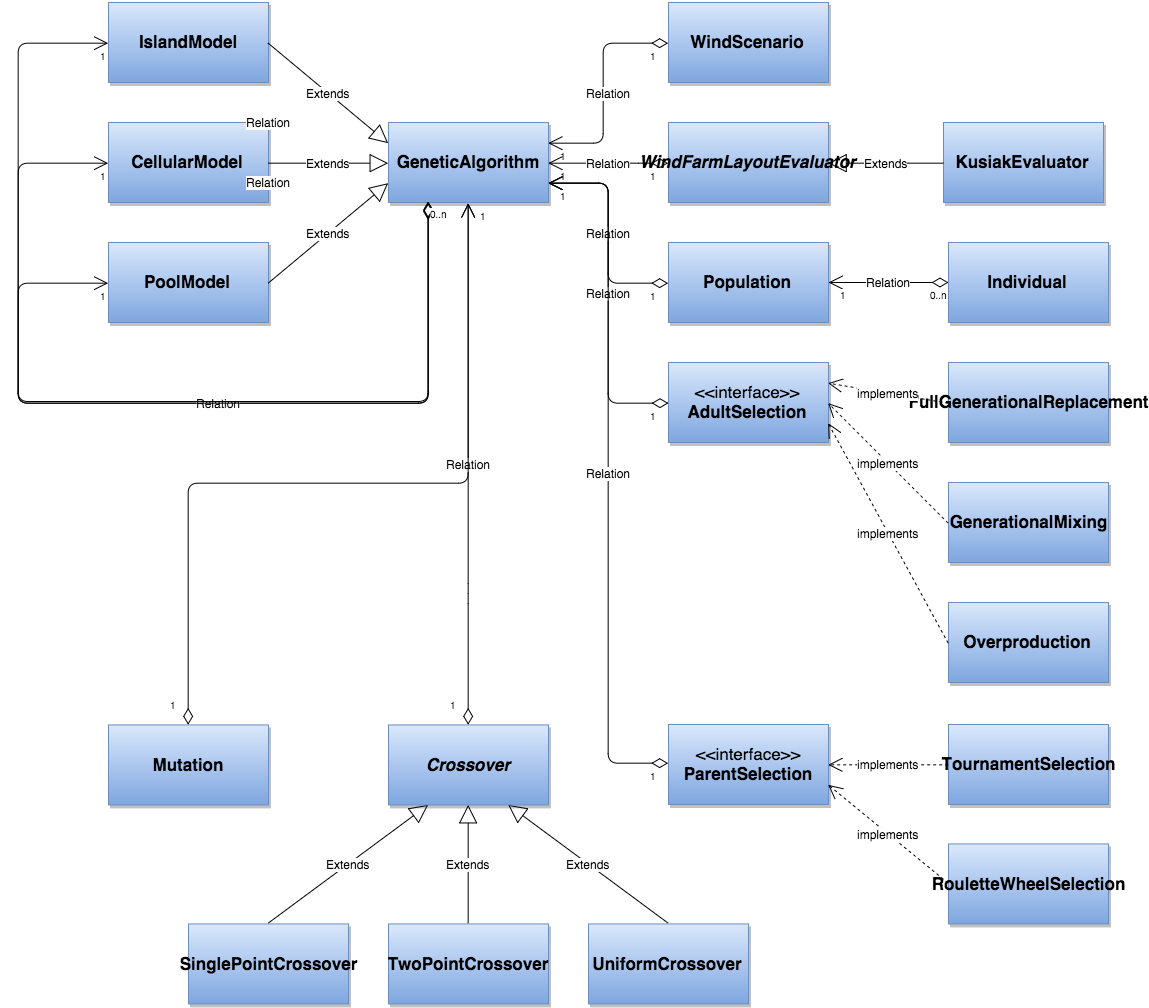
Above: images/Class Diagram.png in helenetangen/Thesis (draw.io), before the change. Source tidied: cells renumbered, new cells last; positions are measured from the earlier drawing's top-left corner, leaving out a move shared by most shapes.
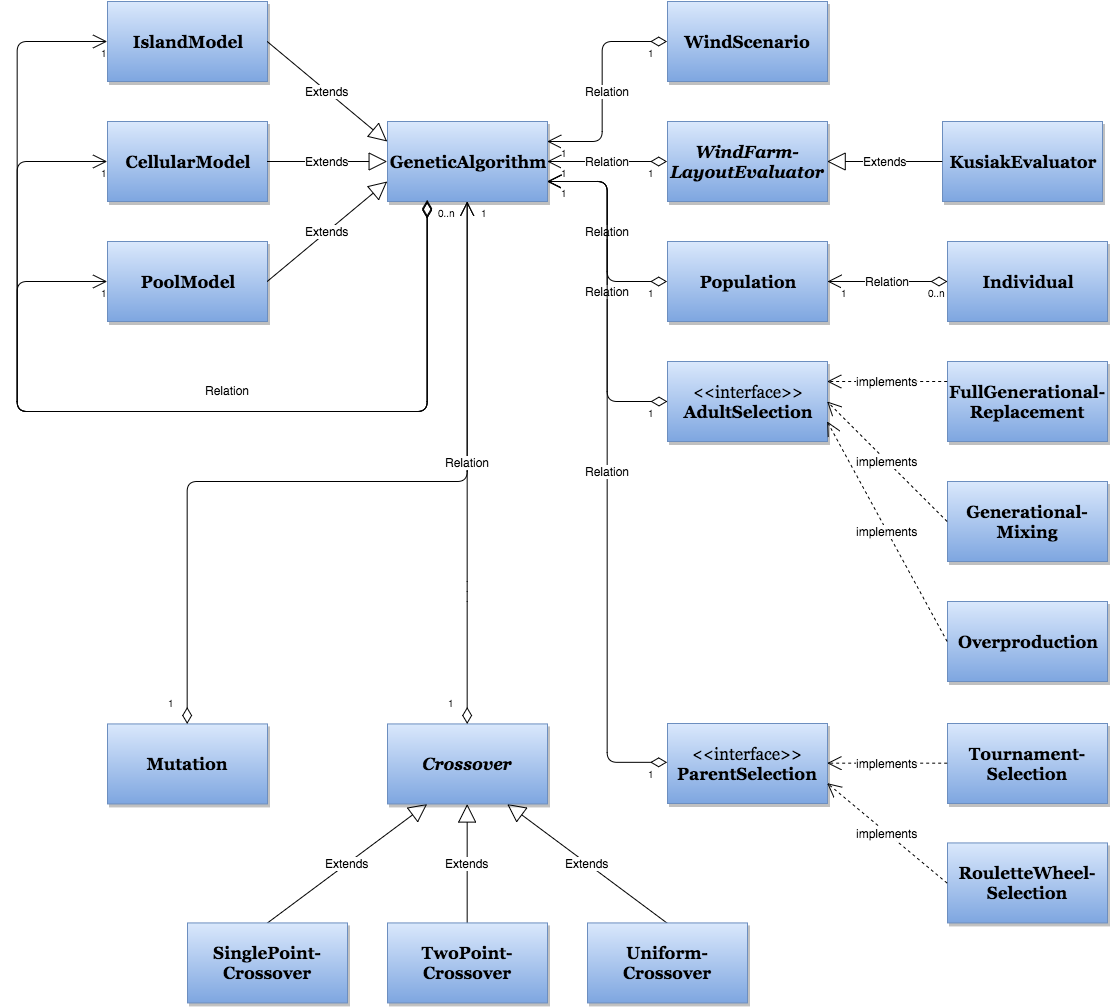
Later version of the same file.

Diff of the diagram source:
```diff
@@ -13,63 +13,63 @@
     </mxCell>
-    <mxCell id="5" value="&lt;b&gt;&lt;font style=&quot;font-size: 17px&quot;&gt;GeneticAlgorithm&lt;/font&gt;&lt;/b&gt;" style="whiteSpace=wrap;html=1;shadow=1;strokeWidth=1;fontFamily=Helvetica;fontSize=12;align=center;plain-blue;" parent="1" vertex="1">
+    <mxCell id="5" value="&lt;b&gt;&lt;font style=&quot;font-size: 17px&quot;&gt;GeneticAlgorithm&lt;/font&gt;&lt;/b&gt;" style="whiteSpace=wrap;html=1;shadow=1;strokeWidth=1;fontFamily=Georgia;fontSize=12;align=center;plain-blue;" parent="1" vertex="1">
       <mxGeometry x="370" y="120" width="160" height="80" as="geometry" />
     </mxCell>
-    <mxCell id="6" value="&lt;b&gt;&lt;font style=&quot;font-size: 17px&quot;&gt;CellularModel&lt;/font&gt;&lt;/b&gt;" style="whiteSpace=wrap;html=1;shadow=1;strokeWidth=1;fontFamily=Helvetica;fontSize=12;align=center;plain-blue;" parent="1" vertex="1">
+    <mxCell id="6" value="&lt;b&gt;&lt;font style=&quot;font-size: 17px&quot;&gt;CellularModel&lt;/font&gt;&lt;/b&gt;" style="whiteSpace=wrap;html=1;shadow=1;strokeWidth=1;fontFamily=Georgia;fontSize=12;align=center;plain-blue;" parent="1" vertex="1">
       <mxGeometry x="90" y="120" width="160" height="80" as="geometry" />
     </mxCell>
-    <mxCell id="7" value="&lt;b&gt;&lt;font style=&quot;font-size: 17px&quot;&gt;PoolModel&lt;/font&gt;&lt;/b&gt;" style="whiteSpace=wrap;html=1;shadow=1;strokeWidth=1;fontFamily=Helvetica;fontSize=12;align=center;plain-blue;" parent="1" vertex="1">
+    <mxCell id="7" value="&lt;b&gt;&lt;font style=&quot;font-size: 17px&quot;&gt;PoolModel&lt;/font&gt;&lt;/b&gt;" style="whiteSpace=wrap;html=1;shadow=1;strokeWidth=1;fontFamily=Georgia;fontSize=12;align=center;plain-blue;" parent="1" vertex="1">
       <mxGeometry x="90" y="240" width="160" height="80" as="geometry" />
     </mxCell>
-    <mxCell id="8" value="&lt;b&gt;&lt;font style=&quot;font-size: 17px&quot;&gt;IslandModel&lt;/font&gt;&lt;/b&gt;" style="whiteSpace=wrap;html=1;shadow=1;strokeWidth=1;fontFamily=Helvetica;fontSize=12;align=center;plain-blue;" parent="1" vertex="1">
+    <mxCell id="8" value="&lt;b&gt;&lt;font style=&quot;font-size: 17px&quot;&gt;IslandModel&lt;/font&gt;&lt;/b&gt;" style="whiteSpace=wrap;html=1;shadow=1;strokeWidth=1;fontFamily=Georgia;fontSize=12;align=center;plain-blue;" parent="1" vertex="1">
       <mxGeometry x="90" width="160" height="80" as="geometry" />
     </mxCell>
-    <mxCell id="9" value="&lt;b&gt;&lt;font style=&quot;font-size: 17px&quot;&gt;WindScenario&lt;/font&gt;&lt;/b&gt;" style="whiteSpace=wrap;html=1;shadow=1;strokeWidth=1;fontFamily=Helvetica;fontSize=12;align=center;plain-blue;" parent="1" vertex="1">
+    <mxCell id="9" value="&lt;b&gt;&lt;font style=&quot;font-size: 17px&quot;&gt;WindScenario&lt;/font&gt;&lt;/b&gt;" style="whiteSpace=wrap;html=1;shadow=1;strokeWidth=1;fontFamily=Georgia;fontSize=12;align=center;plain-blue;" parent="1" vertex="1">
       <mxGeometry x="650" width="160" height="80" as="geometry" />
     </mxCell>
-    <mxCell id="10" value="&lt;b&gt;&lt;font style=&quot;font-size: 17px&quot;&gt;&lt;i&gt;WindFarmLayoutEvaluator&lt;/i&gt;&lt;/font&gt;&lt;/b&gt;" style="whiteSpace=wrap;html=1;shadow=1;strokeWidth=1;fontFamily=Helvetica;fontSize=12;align=center;plain-blue;" parent="1" vertex="1">
+    <mxCell id="10" value="&lt;b&gt;&lt;font style=&quot;font-size: 17px&quot;&gt;&lt;i&gt;WindFarm-LayoutEvaluator&lt;/i&gt;&lt;/font&gt;&lt;/b&gt;" style="whiteSpace=wrap;html=1;shadow=1;strokeWidth=1;fontFamily=Georgia;fontSize=12;align=center;plain-blue;" parent="1" vertex="1">
       <mxGeometry x="650" y="120" width="160" height="80" as="geometry" />
     </mxCell>
-    <mxCell id="11" value="&lt;b&gt;&lt;font style=&quot;font-size: 17px&quot;&gt;KusiakEvaluator&lt;/font&gt;&lt;/b&gt;" style="whiteSpace=wrap;html=1;shadow=1;strokeWidth=1;fontFamily=Helvetica;fontSize=12;align=center;plain-blue;" parent="1" vertex="1">
+    <mxCell id="11" value="&lt;b&gt;&lt;font style=&quot;font-size: 17px&quot;&gt;KusiakEvaluator&lt;/font&gt;&lt;/b&gt;" style="whiteSpace=wrap;html=1;shadow=1;strokeWidth=1;fontFamily=Georgia;fontSize=12;align=center;plain-blue;" parent="1" vertex="1">
       <mxGeometry x="925" y="120" width="160" height="80" as="geometry" />
     </mxCell>
-    <mxCell id="12" value="&lt;font style=&quot;font-size: 17px&quot;&gt;&amp;lt;&amp;lt;interface&amp;gt;&amp;gt;&lt;/font&gt;&lt;div&gt;&lt;b&gt;&lt;font style=&quot;font-size: 17px&quot;&gt;AdultSelection&lt;/font&gt;&lt;/b&gt;&lt;/div&gt;" style="whiteSpace=wrap;html=1;shadow=1;strokeWidth=1;fontFamily=Helvetica;fontSize=12;align=center;plain-blue;" parent="1" vertex="1">
+    <mxCell id="12" value="&lt;font style=&quot;font-size: 17px&quot;&gt;&amp;lt;&amp;lt;interface&amp;gt;&amp;gt;&lt;/font&gt;&lt;div&gt;&lt;b&gt;&lt;font style=&quot;font-size: 17px&quot;&gt;AdultSelection&lt;/font&gt;&lt;/b&gt;&lt;/div&gt;" style="whiteSpace=wrap;html=1;shadow=1;strokeWidth=1;fontFamily=Georgia;fontSize=12;align=center;plain-blue;" parent="1" vertex="1">
       <mxGeometry x="650" y="360" width="160" height="80" as="geometry" />
     </mxCell>
-    <mxCell id="13" value="&lt;b&gt;&lt;font style=&quot;font-size: 17px&quot;&gt;FullGenerationalReplacement&lt;/font&gt;&lt;/b&gt;" style="whiteSpace=wrap;html=1;shadow=1;strokeWidth=1;fontFamily=Helvetica;fontSize=12;align=center;plain-blue;" parent="1" vertex="1">
+    <mxCell id="13" value="&lt;b&gt;&lt;font style=&quot;font-size: 17px&quot;&gt;FullGenerational-Replacement&lt;/font&gt;&lt;/b&gt;" style="whiteSpace=wrap;html=1;shadow=1;strokeWidth=1;fontFamily=Georgia;fontSize=12;align=center;plain-blue;" parent="1" vertex="1">
       <mxGeometry x="930" y="360" width="160" height="80" as="geometry" />
     </mxCell>
-    <mxCell id="14" value="&lt;b&gt;&lt;font style=&quot;font-size: 17px&quot;&gt;GenerationalMixing&lt;/font&gt;&lt;/b&gt;" style="whiteSpace=wrap;html=1;shadow=1;strokeWidth=1;fontFamily=Helvetica;fontSize=12;align=center;plain-blue;" parent="1" vertex="1">
+    <mxCell id="14" value="&lt;b&gt;&lt;font style=&quot;font-size: 17px&quot;&gt;Generational-Mixing&lt;/font&gt;&lt;/b&gt;" style="whiteSpace=wrap;html=1;shadow=1;strokeWidth=1;fontFamily=Georgia;fontSize=12;align=center;plain-blue;" parent="1" vertex="1">
       <mxGeometry x="930" y="480" width="160" height="80" as="geometry" />
     </mxCell>
-    <mxCell id="15" value="&lt;b&gt;&lt;font style=&quot;font-size: 17px&quot;&gt;Overproduction&lt;/font&gt;&lt;/b&gt;" style="whiteSpace=wrap;html=1;shadow=1;strokeWidth=1;fontFamily=Helvetica;fontSize=12;align=center;plain-blue;" parent="1" vertex="1">
+    <mxCell id="15" value="&lt;b&gt;&lt;font style=&quot;font-size: 17px&quot;&gt;Overproduction&lt;/font&gt;&lt;/b&gt;" style="whiteSpace=wrap;html=1;shadow=1;strokeWidth=1;fontFamily=Georgia;fontSize=12;align=center;plain-blue;" parent="1" vertex="1">
       <mxGeometry x="930" y="600" width="160" height="80" as="geometry" />
     </mxCell>
-    <mxCell id="16" value="&lt;b&gt;&lt;font style=&quot;font-size: 17px&quot;&gt;Population&lt;/font&gt;&lt;/b&gt;" style="whiteSpace=wrap;html=1;shadow=1;strokeWidth=1;fontFamily=Helvetica;fontSize=12;align=center;plain-blue;" parent="1" vertex="1">
+    <mxCell id="16" value="&lt;b&gt;&lt;font style=&quot;font-size: 17px&quot;&gt;Population&lt;/font&gt;&lt;/b&gt;" style="whiteSpace=wrap;html=1;shadow=1;strokeWidth=1;fontFamily=Georgia;fontSize=12;align=center;plain-blue;" parent="1" vertex="1">
       <mxGeometry x="650" y="240" width="160" height="80" as="geometry" />
     </mxCell>
-    <mxCell id="17" value="&lt;b&gt;&lt;font style=&quot;font-size: 17px&quot;&gt;Individual&lt;/font&gt;&lt;/b&gt;" style="whiteSpace=wrap;html=1;shadow=1;strokeWidth=1;fontFamily=Helvetica;fontSize=12;align=center;plain-blue;" parent="1" vertex="1">
+    <mxCell id="17" value="&lt;b&gt;&lt;font style=&quot;font-size: 17px&quot;&gt;Individual&lt;/font&gt;&lt;/b&gt;" style="whiteSpace=wrap;html=1;shadow=1;strokeWidth=1;fontFamily=Georgia;fontSize=12;align=center;plain-blue;" parent="1" vertex="1">
       <mxGeometry x="930" y="240" width="160" height="80" as="geometry" />
     </mxCell>
-    <mxCell id="18" value="&lt;font style=&quot;font-size: 17px&quot;&gt;&amp;lt;&amp;lt;interface&amp;gt;&amp;gt;&lt;/font&gt;&lt;div&gt;&lt;b&gt;&lt;font style=&quot;font-size: 17px&quot;&gt;ParentSelection&lt;/font&gt;&lt;/b&gt;&lt;/div&gt;" style="whiteSpace=wrap;html=1;shadow=1;strokeWidth=1;fontFamily=Helvetica;fontSize=12;align=center;plain-blue;" parent="1" vertex="1">
+    <mxCell id="18" value="&lt;font style=&quot;font-size: 17px&quot;&gt;&amp;lt;&amp;lt;interface&amp;gt;&amp;gt;&lt;/font&gt;&lt;div&gt;&lt;b&gt;&lt;font style=&quot;font-size: 17px&quot;&gt;ParentSelection&lt;/font&gt;&lt;/b&gt;&lt;/div&gt;" style="whiteSpace=wrap;html=1;shadow=1;strokeWidth=1;fontFamily=Georgia;fontSize=12;align=center;plain-blue;" parent="1" vertex="1">
       <mxGeometry x="650" y="722" width="160" height="80" as="geometry" />
     </mxCell>
-    <mxCell id="19" value="&lt;b&gt;&lt;font style=&quot;font-size: 17px&quot;&gt;TournamentSelection&lt;/font&gt;&lt;/b&gt;" style="whiteSpace=wrap;html=1;shadow=1;strokeWidth=1;fontFamily=Helvetica;fontSize=12;align=center;plain-blue;" parent="1" vertex="1">
+    <mxCell id="19" value="&lt;b&gt;&lt;font style=&quot;font-size: 17px&quot;&gt;Tournament-Selection&lt;/font&gt;&lt;/b&gt;" style="whiteSpace=wrap;html=1;shadow=1;strokeWidth=1;fontFamily=Georgia;fontSize=12;align=center;plain-blue;" parent="1" vertex="1">
       <mxGeometry x="930" y="722" width="160" height="80" as="geometry" />
     </mxCell>
-    <mxCell id="20" value="&lt;b&gt;&lt;font style=&quot;font-size: 17px&quot;&gt;RouletteWheelSelection&lt;/font&gt;&lt;/b&gt;" style="whiteSpace=wrap;html=1;shadow=1;strokeWidth=1;fontFamily=Helvetica;fontSize=12;align=center;plain-blue;" parent="1" vertex="1">
+    <mxCell id="20" value="&lt;b&gt;&lt;font style=&quot;font-size: 17px&quot;&gt;RouletteWheel-Selection&lt;/font&gt;&lt;/b&gt;" style="whiteSpace=wrap;html=1;shadow=1;strokeWidth=1;fontFamily=Georgia;fontSize=12;align=center;plain-blue;" parent="1" vertex="1">
       <mxGeometry x="930" y="841.4" width="160" height="80" as="geometry" />
     </mxCell>
-    <mxCell id="21" value="&lt;b&gt;&lt;font style=&quot;font-size: 17px&quot;&gt;Crossover&lt;/font&gt;&lt;/b&gt;" style="whiteSpace=wrap;html=1;shadow=1;strokeWidth=1;fontFamily=Helvetica;fontSize=12;align=center;fontStyle=2;plain-blue;" parent="1" vertex="1">
+    <mxCell id="21" value="&lt;b&gt;&lt;font style=&quot;font-size: 17px&quot;&gt;Crossover&lt;/font&gt;&lt;/b&gt;" style="whiteSpace=wrap;html=1;shadow=1;strokeWidth=1;fontFamily=Georgia;fontSize=12;align=center;fontStyle=2;plain-blue;" parent="1" vertex="1">
       <mxGeometry x="370" y="722.4" width="160" height="80" as="geometry" />
     </mxCell>
-    <mxCell id="22" value="&lt;b&gt;&lt;font style=&quot;font-size: 17px&quot;&gt;Mutation&lt;/font&gt;&lt;/b&gt;" style="whiteSpace=wrap;html=1;shadow=1;strokeWidth=1;fontFamily=Helvetica;fontSize=12;align=center;plain-blue;" parent="1" vertex="1">
+    <mxCell id="22" value="&lt;b&gt;&lt;font style=&quot;font-size: 17px&quot;&gt;Mutation&lt;/font&gt;&lt;/b&gt;" style="whiteSpace=wrap;html=1;shadow=1;strokeWidth=1;fontFamily=Georgia;fontSize=12;align=center;plain-blue;" parent="1" vertex="1">
       <mxGeometry x="90" y="722.4" width="160" height="80" as="geometry" />
     </mxCell>
-    <mxCell id="23" value="&lt;b&gt;&lt;font style=&quot;font-size: 17px&quot;&gt;TwoPointCrossover&lt;/font&gt;&lt;/b&gt;" style="whiteSpace=wrap;html=1;shadow=1;strokeWidth=1;fontFamily=Helvetica;fontSize=12;align=center;plain-blue;" parent="1" vertex="1">
+    <mxCell id="23" value="&lt;b&gt;&lt;font style=&quot;font-size: 17px&quot;&gt;TwoPoint-Crossover&lt;/font&gt;&lt;/b&gt;" style="whiteSpace=wrap;html=1;shadow=1;strokeWidth=1;fontFamily=Georgia;fontSize=12;align=center;plain-blue;" parent="1" vertex="1">
       <mxGeometry x="370" y="921.4" width="160" height="80" as="geometry" />
     </mxCell>
-    <mxCell id="24" value="&lt;b&gt;&lt;font style=&quot;font-size: 17px&quot;&gt;UniformCrossover&lt;/font&gt;&lt;/b&gt;" style="whiteSpace=wrap;html=1;shadow=1;strokeWidth=1;fontFamily=Helvetica;fontSize=12;align=center;plain-blue;" parent="1" vertex="1">
+    <mxCell id="24" value="&lt;b&gt;&lt;font style=&quot;font-size: 17px&quot;&gt;Uniform-Crossover&lt;/font&gt;&lt;/b&gt;" style="whiteSpace=wrap;html=1;shadow=1;strokeWidth=1;fontFamily=Georgia;fontSize=12;align=center;plain-blue;" parent="1" vertex="1">
       <mxGeometry x="570" y="921.4" width="160" height="80" as="geometry" />
     </mxCell>
-    <mxCell id="25" value="&lt;b&gt;&lt;font style=&quot;font-size: 17px&quot;&gt;SinglePointCrossover&lt;/font&gt;&lt;/b&gt;" style="whiteSpace=wrap;html=1;shadow=1;strokeWidth=1;fontFamily=Helvetica;fontSize=12;align=center;plain-blue;" parent="1" vertex="1">
+    <mxCell id="25" value="&lt;b&gt;&lt;font style=&quot;font-size: 17px&quot;&gt;SinglePoint-Crossover&lt;/font&gt;&lt;/b&gt;" style="whiteSpace=wrap;html=1;shadow=1;strokeWidth=1;fontFamily=Georgia;fontSize=12;align=center;plain-blue;" parent="1" vertex="1">
       <mxGeometry x="170" y="921.4" width="160" height="80" as="geometry" />
@@ -94,5 +94,2 @@
     </mxCell>
-    <mxCell id="32" value="implements" style="endArrow=open;endSize=12;dashed=1;html=1;strokeColor=#000000;strokeWidth=1;fontFamily=Helvetica;fontSize=12;entryX=1;entryY=0.25;exitX=0;exitY=0.5;" parent="1" edge="1" source="13" target="12">
-      <mxGeometry x="-151.7" y="-109.7" as="geometry" />
-    </mxCell>
     <mxCell id="33" value="implements" style="endArrow=open;endSize=12;dashed=1;html=1;strokeColor=#000000;strokeWidth=1;fontFamily=Helvetica;fontSize=12;exitX=0;exitY=0.5;entryX=1;entryY=0.75;" parent="1" edge="1" source="15" target="12">
@@ -206,20 +203,2 @@
     </mxCell>
-    <mxCell id="52" value="Relation" style="endArrow=open;html=1;endSize=12;startArrow=diamondThin;startSize=14;startFill=0;edgeStyle=orthogonalEdgeStyle;strokeColor=#000000;strokeWidth=1;fontFamily=Helvetica;fontSize=12;entryX=0.5;entryY=1;exitX=0.5;exitY=0;" parent="1" edge="1" source="21" target="5">
-      <mxGeometry x="-580" y="-383" as="geometry">
-        <Array as="points">
-          <mxPoint x="450" y="590" />
-          <mxPoint x="450" y="590" />
-        </Array>
-      </mxGeometry>
-    </mxCell>
-    <mxCell id="53" value="1" style="html=1;align=left;verticalAlign=top;labelBackgroundColor=#ffffff;fontSize=10;" parent="52" vertex="1">
-      <mxGeometry x="-1" relative="1" as="geometry">
-        <mxPoint x="-20" y="-32" as="offset" />
-      </mxGeometry>
-    </mxCell>
-    <mxCell id="54" value="1" style="html=1;align=right;verticalAlign=top;labelBackgroundColor=#ffffff;fontSize=10;" parent="52" vertex="1">
-      <mxGeometry x="1" relative="1" as="geometry">
-        <mxPoint x="20" as="offset" />
-      </mxGeometry>
-    </mxCell>
     <mxCell id="55" style="endArrow=open;html=1;endSize=12;startArrow=diamondThin;startSize=14;startFill=0;edgeStyle=orthogonalEdgeStyle;strokeColor=#000000;strokeWidth=1;fontFamily=Helvetica;fontSize=12;entryX=0.5;entryY=1;exitX=0.5;exitY=0;" parent="1" edge="1" source="22" target="5">
@@ -247,7 +226,7 @@
     <mxCell id="59" value="Relation" style="endArrow=open;html=1;endSize=12;startArrow=diamondThin;startSize=14;startFill=0;edgeStyle=orthogonalEdgeStyle;strokeColor=#000000;strokeWidth=1;fontFamily=Helvetica;fontSize=12;exitX=0.25;exitY=1;entryX=0;entryY=0.5;" parent="1" edge="1" source="5" target="7">
-      <mxGeometry relative="1" as="geometry">
+      <mxGeometry x="-0.02" y="-21" relative="1" as="geometry">
         <Array as="points">
-          <mxPoint x="410" y="401" />
-          <mxPoint y="401" />
-          <mxPoint y="281" />
+          <mxPoint x="410" y="410" />
+          <mxPoint y="410" />
+          <mxPoint y="280" />
         </Array>
@@ -256,3 +235,5 @@
     <mxCell id="60" value="0..n" style="html=1;align=left;verticalAlign=top;labelBackgroundColor=#ffffff;fontSize=10;" parent="59" vertex="1">
-      <mxGeometry x="-1" relative="1" as="geometry" />
+      <mxGeometry x="-1" relative="1" as="geometry">
+        <mxPoint x="10" as="offset" />
+      </mxGeometry>
     </mxCell>
@@ -261,3 +242,3 @@
     </mxCell>
-    <mxCell id="62" value="Relation" style="endArrow=open;html=1;endSize=12;startArrow=diamondThin;startSize=14;startFill=0;edgeStyle=orthogonalEdgeStyle;strokeColor=#000000;strokeWidth=1;fontFamily=Helvetica;fontSize=12;exitX=0.25;exitY=1;entryX=0;entryY=0.5;" parent="1" edge="1" target="6">
+    <mxCell id="62" style="endArrow=open;html=1;endSize=12;startArrow=diamondThin;startSize=14;startFill=0;edgeStyle=orthogonalEdgeStyle;strokeColor=#000000;strokeWidth=1;fontFamily=Helvetica;fontSize=12;exitX=0.25;exitY=1;entryX=0;entryY=0.5;" parent="1" edge="1" target="6">
       <mxGeometry x="-970.3" y="-881.3" as="geometry">
@@ -265,5 +246,5 @@
         <Array as="points">
-          <mxPoint x="410" y="399" />
-          <mxPoint y="399" />
-          <mxPoint y="161" />
+          <mxPoint x="410" y="410" />
+          <mxPoint y="410" />
+          <mxPoint y="160" />
         </Array>
@@ -271,5 +252,2 @@
     </mxCell>
-    <mxCell id="63" value="0..n" style="html=1;align=left;verticalAlign=top;labelBackgroundColor=#ffffff;fontSize=10;" parent="62" vertex="1">
-      <mxGeometry x="-1" relative="1" as="geometry" />
-    </mxCell>
     <mxCell id="64" value="1" style="html=1;align=right;verticalAlign=top;labelBackgroundColor=#ffffff;fontSize=10;" parent="62" vertex="1">
@@ -277,14 +255,17 @@
     </mxCell>
-    <mxCell id="65" value="Relation" style="endArrow=open;html=1;endSize=12;startArrow=diamondThin;startSize=14;startFill=0;edgeStyle=orthogonalEdgeStyle;strokeColor=#000000;strokeWidth=1;fontFamily=Helvetica;fontSize=12;exitX=0.25;exitY=1;entryX=0;entryY=0.5;" parent="1" edge="1" target="8">
-      <mxGeometry x="-970.3" y="-880.3" as="geometry">
+    <mxCell id="65" style="endArrow=open;html=1;endSize=12;startArrow=diamondThin;startSize=14;startFill=0;edgeStyle=orthogonalEdgeStyle;strokeColor=#000000;strokeWidth=1;fontFamily=Helvetica;fontSize=12;exitX=0.25;exitY=1;entryX=0;entryY=0.5;" parent="1" edge="1" target="8">
+      <mxGeometry as="geometry">
         <mxPoint x="409.7" y="199.7" as="sourcePoint" />
         <Array as="points">
-          <mxPoint x="410" y="401" />
-          <mxPoint y="401" />
-          <mxPoint y="41" />
+          <mxPoint x="410" y="410" />
+          <mxPoint y="410" />
+          <mxPoint y="40" />
         </Array>
+        <mxPoint x="-230" y="-40" as="offset" />
       </mxGeometry>
     </mxCell>
-    <mxCell id="66" value="0..n" style="html=1;align=left;verticalAlign=top;labelBackgroundColor=#ffffff;fontSize=10;" parent="65" vertex="1">
-      <mxGeometry x="-1" relative="1" as="geometry" />
+    <mxCell id="66" style="html=1;align=left;verticalAlign=top;labelBackgroundColor=#ffffff;fontSize=10;" parent="65" vertex="1">
+      <mxGeometry x="-1" relative="1" as="geometry">
+        <mxPoint x="10" y="11" as="offset" />
+      </mxGeometry>
     </mxCell>
@@ -293,2 +274,23 @@
     </mxCell>
+    <mxCell id="52" value="Relation" style="endArrow=open;html=1;endSize=12;startArrow=diamondThin;startSize=14;startFill=0;edgeStyle=orthogonalEdgeStyle;strokeColor=#000000;strokeWidth=1;fontFamily=Helvetica;fontSize=12;entryX=0.5;entryY=1;exitX=0.5;exitY=0;" parent="1" edge="1" source="21" target="5">
+      <mxGeometry x="-580" y="-383" as="geometry">
+        <Array as="points">
+          <mxPoint x="450" y="590" />
+          <mxPoint x="450" y="590" />
+        </Array>
+      </mxGeometry>
+    </mxCell>
+    <mxCell id="53" value="1" style="html=1;align=left;verticalAlign=top;labelBackgroundColor=#ffffff;fontSize=10;" parent="52" vertex="1">
+      <mxGeometry x="-1" relative="1" as="geometry">
+        <mxPoint x="-20" y="-32" as="offset" />
+      </mxGeometry>
+    </mxCell>
+    <mxCell id="54" value="1" style="html=1;align=right;verticalAlign=top;labelBackgroundColor=#ffffff;fontSize=10;" parent="52" vertex="1">
+      <mxGeometry x="1" relative="1" as="geometry">
+        <mxPoint x="20" as="offset" />
+      </mxGeometry>
+    </mxCell>
+    <mxCell id="32" value="implements" style="endArrow=open;endSize=12;dashed=1;html=1;strokeColor=#000000;strokeWidth=1;fontFamily=Helvetica;fontSize=12;entryX=1;entryY=0.25;exitX=0;exitY=0.25;" parent="1" edge="1" source="13" target="12">
+      <mxGeometry as="geometry" />
+    </mxCell>
   </root>
```
